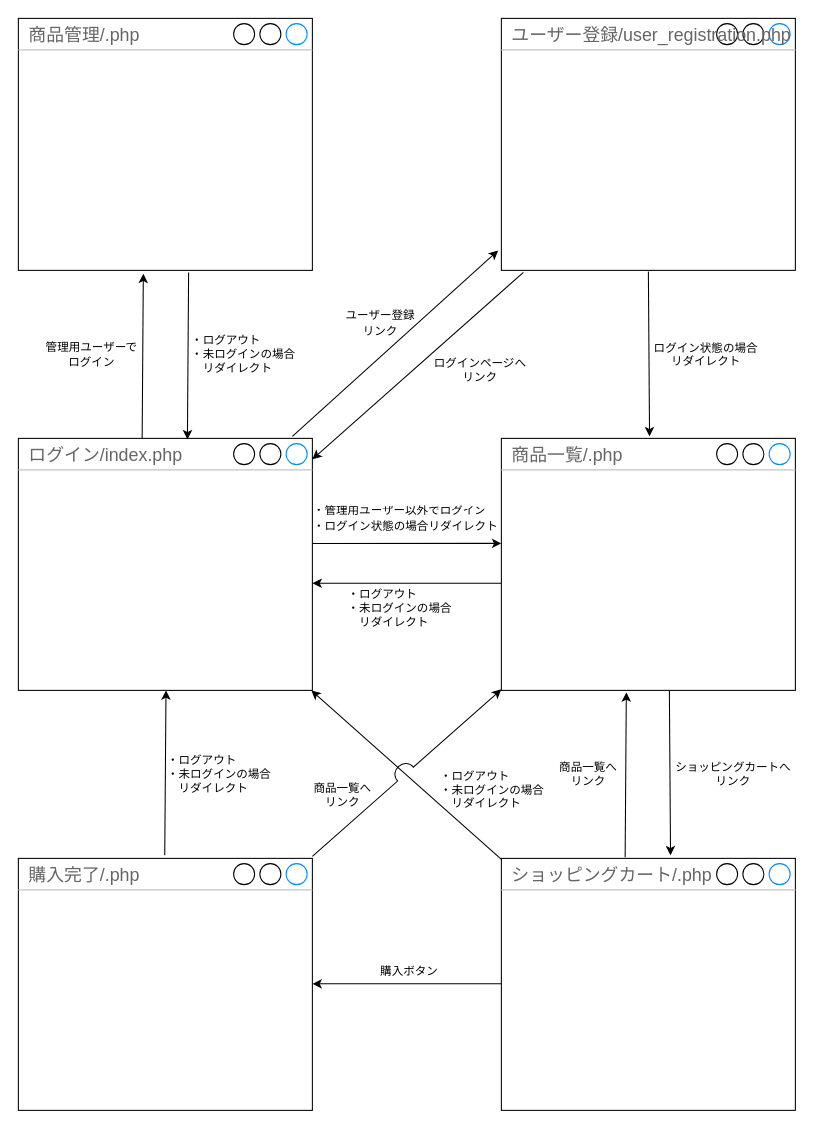
This is htdocs/ec_site/documents/transition.dio from wakamyc701/dc_work_tamachi_wakamiya_PHP, a draw.io file, before an edit. Source tidied: cells renumbered, new cells numbered last; positions are measured from the earlier drawing's top-left corner, leaving out a move shared by most shapes. Both pictures are drawn from the tidied source at 105%, with x=0, y=0 at pixel (18, 18).
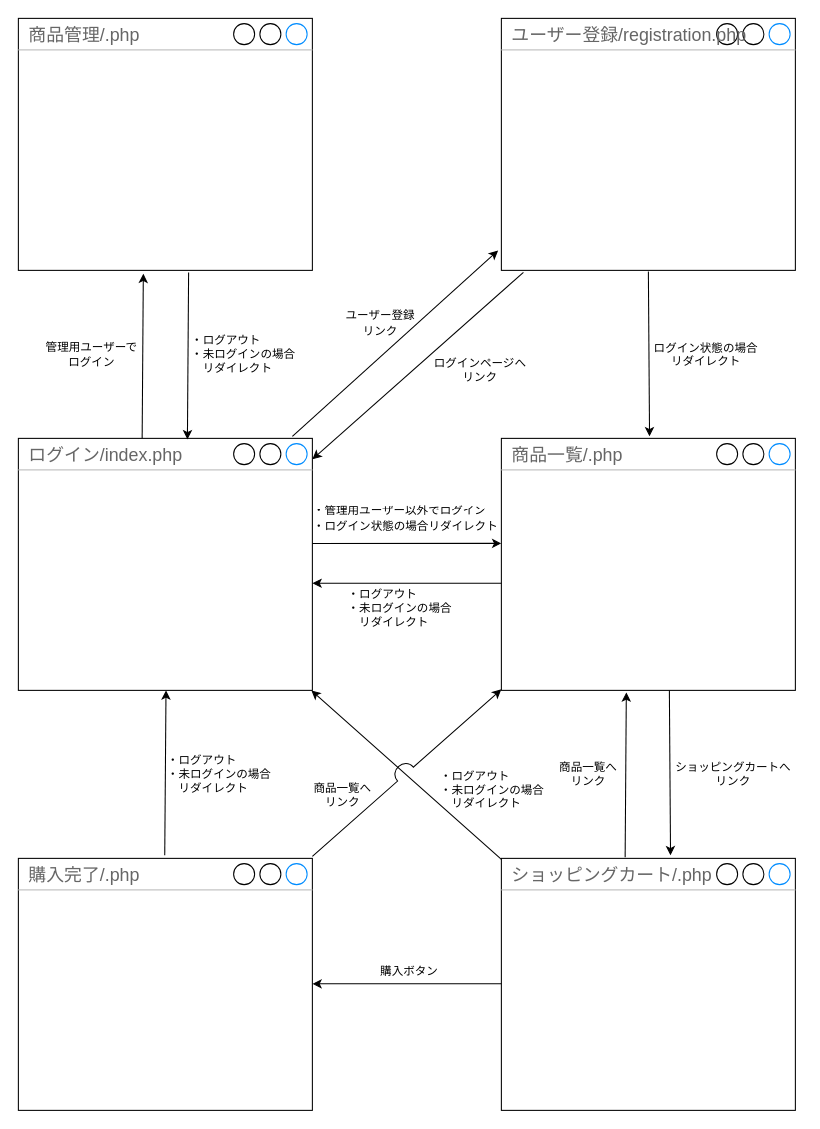
After the change.

Diff of the diagram source:
```diff
@@
-    <mxCell id="3" value="ユーザー登録/user_registration.php" style="strokeWidth=1;shadow=0;dashed=0;align=center;html=1;shape=mxgraph.mockup.containers.window;align=left;verticalAlign=top;spacingLeft=8;strokeColor2=#008cff;strokeColor3=#c4c4c4;fontColor=#666666;mainText=;fontSize=17;labelBackgroundColor=none;" parent="1" vertex="1">
+    <mxCell id="3" value="ユーザー登録/registration.php" style="strokeWidth=1;shadow=0;dashed=0;align=center;html=1;shape=mxgraph.mockup.containers.window;align=left;verticalAlign=top;spacingLeft=8;strokeColor2=#008cff;strokeColor3=#c4c4c4;fontColor=#666666;mainText=;fontSize=17;labelBackgroundColor=none;" parent="1" vertex="1">
       <mxGeometry x="460" width="280" height="240" as="geometry" />
     </mxCell>
```
